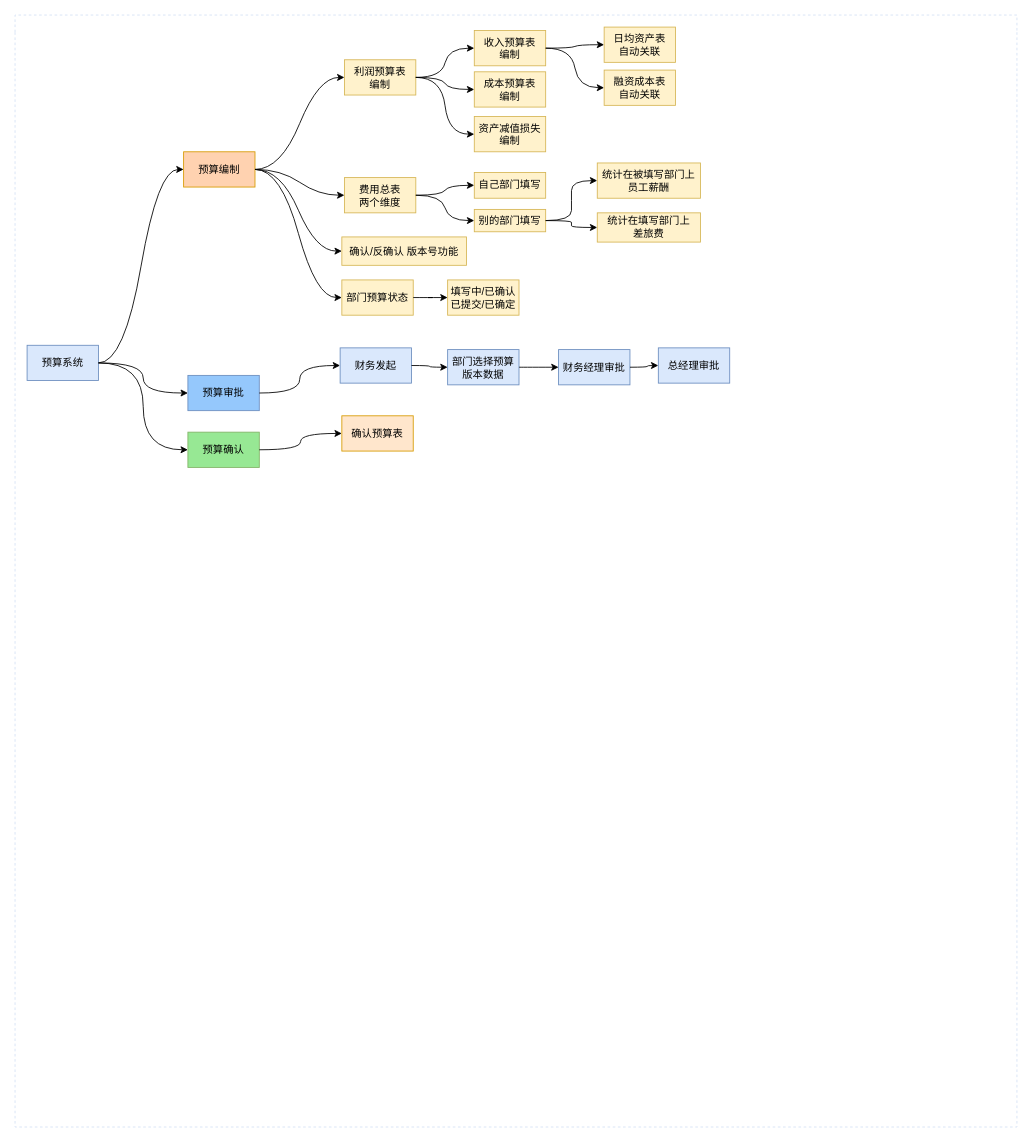
Earlier version of the draw.io diagram 01-预算管理系统/预算系统.drawio (haipeng-lin/drawIo). Source tidied: cells renumbered, new cells numbered last; positions are measured from the earlier drawing's top-left corner, leaving out a move shared by most shapes. Both pictures are drawn from the tidied source at 86%, with x=0, y=0 at pixel (-77, -655).
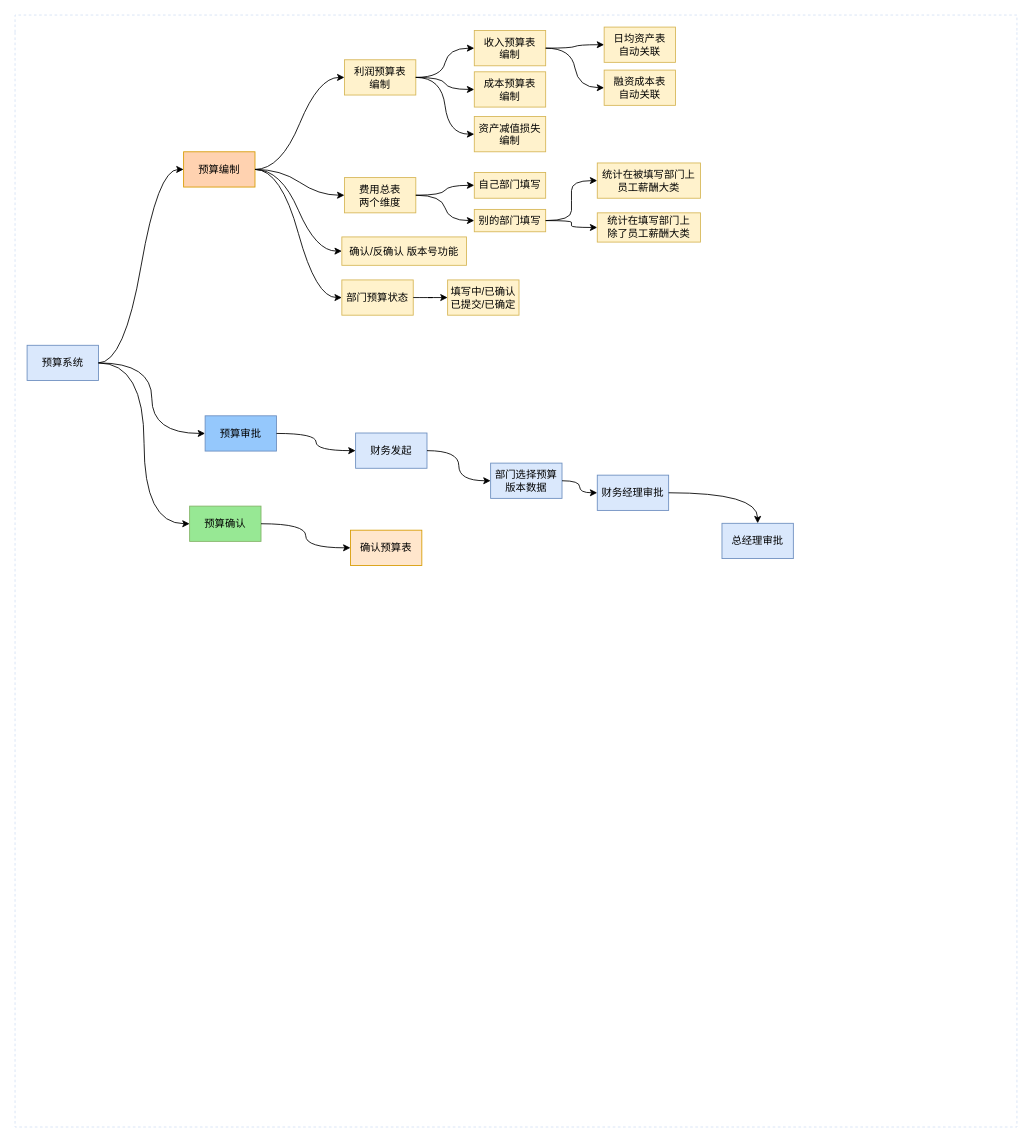
Above is the later version.

Commit message:
更新预算系统.drawio

Unchanged cells that the change refers to:
```xml
<mxCell id="2" style="swimlane;html=1;startSize=20;horizontal=1;containerType=tree;labelBackgroundColor=none;strokeColor=#D4E1F5;strokeWidth=1;fillColor=none;fontFamily=Comic Sans MS;fontSize=9;swimlaneLine=0;dashed=1;swimlaneFillColor=default;" parent="1" vertex="1">
  <mxGeometry x="106" y="779" width="1165" height="1293" as="geometry" />
</mxCell>
<mxCell id="3" value="预算系统" style="rounded=0;whiteSpace=wrap;html=1;fillColor=#dae8fc;strokeColor=#6c8ebf;" parent="2" vertex="1">
  <mxGeometry x="14" y="384" width="83" height="41" as="geometry" />
</mxCell>
```

Diff of the diagram source:
```diff
@@
-    <mxCell id="6" style="edgeStyle=orthogonalEdgeStyle;rounded=0;jettySize=auto;html=1;curved=1;" parent="2" edge="1" source="3" target="7">
+    <mxCell id="6" style="edgeStyle=orthogonalEdgeStyle;rounded=0;jettySize=auto;html=1;curved=1;entryX=0;entryY=0.5;entryDx=0;entryDy=0;" parent="2" edge="1" source="3" target="7">
       <mxGeometry relative="1" as="geometry" />
     </mxCell>
     <mxCell id="7" value="预算审批" style="rounded=0;whiteSpace=wrap;html=1;fillColor=#95C8FC;strokeColor=#6c8ebf;" parent="2" vertex="1">
-      <mxGeometry x="201" y="419" width="83" height="41" as="geometry" />
+      <mxGeometry x="221" y="466" width="83" height="41" as="geometry" />
     </mxCell>
@@
     <mxCell id="9" value="预算确认" style="rounded=0;whiteSpace=wrap;html=1;fillColor=#97E894;strokeColor=#82b366;" parent="2" vertex="1">
-      <mxGeometry x="201" y="485" width="83" height="41" as="geometry" />
+      <mxGeometry x="203" y="571" width="83" height="41" as="geometry" />
     </mxCell>
@@
     <mxCell id="19" value="财务发起" style="rounded=0;whiteSpace=wrap;html=1;fillColor=#dae8fc;strokeColor=#6c8ebf;" parent="2" vertex="1">
-      <mxGeometry x="378" y="387" width="83" height="41" as="geometry" />
+      <mxGeometry x="396" y="486" width="83" height="41" as="geometry" />
     </mxCell>
@@
-    <mxCell id="33" value="统计在被填写部门上&lt;div&gt;员工薪酬&lt;/div&gt;" style="rounded=0;whiteSpace=wrap;html=1;fillColor=#fff2cc;strokeColor=#d6b656;" parent="2" vertex="1">
+    <mxCell id="33" value="统计在被填写部门上&lt;div&gt;员工薪酬大类&lt;/div&gt;" style="rounded=0;whiteSpace=wrap;html=1;fillColor=#fff2cc;strokeColor=#d6b656;" parent="2" vertex="1">
       <mxGeometry x="677" y="172" width="120" height="41" as="geometry" />
     </mxCell>
@@
-    <mxCell id="35" value="统计在填写部门上&lt;div&gt;差旅费&lt;/div&gt;" style="rounded=0;whiteSpace=wrap;html=1;fillColor=#fff2cc;strokeColor=#d6b656;" parent="2" vertex="1">
+    <mxCell id="35" value="统计在填写部门上&lt;div&gt;除了员工薪酬大类&lt;/div&gt;" style="rounded=0;whiteSpace=wrap;html=1;fillColor=#fff2cc;strokeColor=#d6b656;" parent="2" vertex="1">
       <mxGeometry x="677" y="230" width="120" height="34" as="geometry" />
     </mxCell>
@@
     <mxCell id="37" value="部门选择预算版本数据" style="rounded=0;whiteSpace=wrap;html=1;fillColor=#dae8fc;strokeColor=#6c8ebf;" parent="2" vertex="1">
-      <mxGeometry x="503" y="389" width="83" height="41" as="geometry" />
+      <mxGeometry x="553" y="521" width="83" height="41" as="geometry" />
     </mxCell>
@@
     <mxCell id="39" value="财务经理审批" style="rounded=0;whiteSpace=wrap;html=1;fillColor=#dae8fc;strokeColor=#6c8ebf;" parent="2" vertex="1">
-      <mxGeometry x="632" y="389" width="83" height="41" as="geometry" />
+      <mxGeometry x="677" y="535" width="83" height="41" as="geometry" />
     </mxCell>
@@
     <mxCell id="41" value="总经理审批" style="rounded=0;whiteSpace=wrap;html=1;fillColor=#dae8fc;strokeColor=#6c8ebf;" parent="2" vertex="1">
-      <mxGeometry x="748" y="387" width="83" height="41" as="geometry" />
+      <mxGeometry x="822" y="591" width="83" height="41" as="geometry" />
     </mxCell>
@@
     <mxCell id="43" value="确认预算表" style="rounded=0;whiteSpace=wrap;html=1;fillColor=#ffe6cc;strokeColor=#d79b00;" parent="2" vertex="1">
-      <mxGeometry x="380" y="466" width="83" height="41" as="geometry" />
+      <mxGeometry x="390" y="599" width="83" height="41" as="geometry" />
     </mxCell>
```
